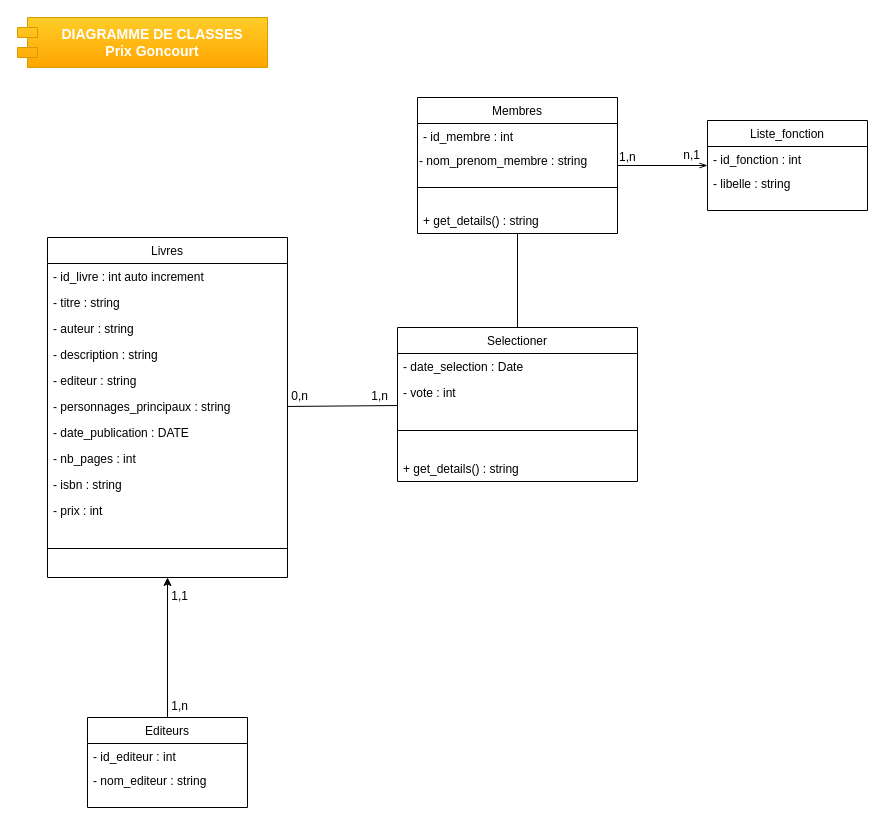
Earlier version of the draw.io diagram doc/Diagramme_classe.drawio (MelissaHOA/Prix_Goncourt). Source tidied: cells renumbered, new cells numbered last; positions are measured from the earlier drawing's top-left corner, leaving out a move shared by most shapes. Both pictures are drawn from the tidied source at 100%, with x=0, y=0 at pixel (17, 17).
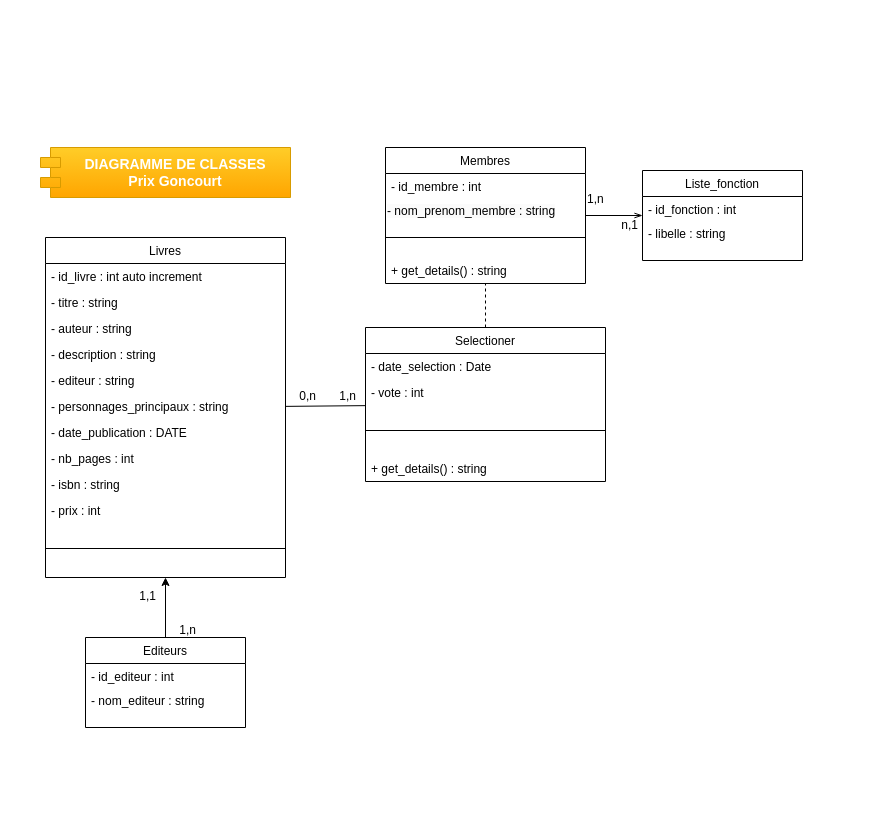
The same diagram, later.

Commit message:
Mettre à jour Diagramme_classe.drawio

The edit, as a diff of the source:
```diff
@@
     <mxCell id="2" value="Livres" style="swimlane;fontStyle=0;align=center;verticalAlign=top;horizontal=1;startSize=26;rounded=0;shadow=0;strokeWidth=1;" parent="1" vertex="1">
-      <mxGeometry x="30" y="220" width="240" height="340" as="geometry" />
+      <mxGeometry x="28" y="220" width="240" height="340" as="geometry" />
     </mxCell>
@@
     <mxCell id="14" value="&lt;div style=&quot;font-size: 14px;&quot;&gt;&lt;span style=&quot;background-color: initial;&quot;&gt;&lt;font&gt;DIAGRAMME DE CLASSES&lt;br&gt;&lt;/font&gt;&lt;/span&gt;Prix Goncourt&lt;/div&gt;" style="shape=module;align=left;spacingLeft=20;align=center;verticalAlign=middle;whiteSpace=wrap;html=1;fillColor=#ffcd28;strokeColor=#d79b00;fontStyle=1;fontSize=14;gradientColor=#ffa500;fontColor=#ffffff;" parent="1" vertex="1">
-      <mxGeometry width="250" height="50" as="geometry" />
+      <mxGeometry x="23" y="130" width="250" height="50" as="geometry" />
     </mxCell>
@@
     <mxCell id="16" value="Membres" style="swimlane;fontStyle=0;align=center;verticalAlign=top;horizontal=1;startSize=26;rounded=0;shadow=0;strokeWidth=1;" parent="1" vertex="1">
-      <mxGeometry x="400" y="80" width="200" height="136" as="geometry" />
+      <mxGeometry x="368" y="130" width="200" height="136" as="geometry" />
     </mxCell>
@@
     <mxCell id="21" value="Selectioner" style="swimlane;fontStyle=0;align=center;verticalAlign=top;horizontal=1;startSize=26;rounded=0;shadow=0;strokeWidth=1;" parent="1" vertex="1">
-      <mxGeometry x="380" y="310" width="240" height="154" as="geometry" />
+      <mxGeometry x="348" y="310" width="240" height="154" as="geometry" />
     </mxCell>
@@
     <mxCell id="26" value="Liste_fonction" style="swimlane;fontStyle=0;align=center;verticalAlign=top;horizontal=1;startSize=26;rounded=0;shadow=0;strokeWidth=1;" parent="1" vertex="1">
-      <mxGeometry x="690" y="103" width="160" height="90" as="geometry" />
+      <mxGeometry x="625" y="153" width="160" height="90" as="geometry" />
     </mxCell>
@@
     <mxCell id="29" value="1,n" style="align=left;verticalAlign=bottom;labelBackgroundColor=none;fontSize=12;" parent="1" vertex="1">
-      <mxGeometry x="600" y="148" as="geometry" />
+      <mxGeometry x="568" y="190" as="geometry" />
     </mxCell>
     <mxCell id="30" value="n,1" style="align=right;verticalAlign=bottom;labelBackgroundColor=none;fontSize=12;" parent="1" vertex="1">
-      <mxGeometry x="670" y="140" as="geometry">
+      <mxGeometry x="608" y="210" as="geometry">
         <mxPoint x="14" y="6" as="offset" />
       </mxGeometry>
     </mxCell>
@@
-    <mxCell id="32" style="endArrow=none;html=1;rounded=0;" parent="1" edge="1" source="21" target="16">
+    <mxCell id="32" style="endArrow=none;html=1;rounded=0;dashed=1;" parent="1" edge="1" source="21" target="16">
       <mxGeometry relative="1" as="geometry" />
     </mxCell>
     <mxCell id="33" value="0,n" style="align=right;verticalAlign=bottom;labelBackgroundColor=none;fontSize=12;" parent="1" vertex="1">
-      <mxGeometry x="570" y="230" as="geometry">
+      <mxGeometry x="578" y="230" as="geometry">
         <mxPoint x="-278" y="157" as="offset" />
       </mxGeometry>
     </mxCell>
@@
     <mxCell id="35" value="Editeurs" style="swimlane;fontStyle=0;align=center;verticalAlign=top;horizontal=1;startSize=26;rounded=0;shadow=0;strokeWidth=1;" parent="1" vertex="1">
-      <mxGeometry x="70" y="700" width="160" height="90" as="geometry" />
+      <mxGeometry x="68" y="620" width="160" height="90" as="geometry" />
     </mxCell>
@@
     <mxCell id="38" value="1,1" style="align=right;verticalAlign=bottom;labelBackgroundColor=none;fontSize=12;" parent="1" vertex="1">
-      <mxGeometry x="450" y="430" as="geometry">
+      <mxGeometry x="418" y="430" as="geometry">
         <mxPoint x="-278" y="157" as="offset" />
       </mxGeometry>
     </mxCell>
     <mxCell id="39" value="1,n" style="align=right;verticalAlign=bottom;labelBackgroundColor=none;fontSize=12;" parent="1" vertex="1">
-      <mxGeometry x="450" y="540" as="geometry">
+      <mxGeometry x="458" y="464" as="geometry">
         <mxPoint x="-278" y="157" as="offset" />
       </mxGeometry>
     </mxCell>
     <mxCell id="40" value="1,n" style="align=right;verticalAlign=bottom;labelBackgroundColor=none;fontSize=12;" parent="1" vertex="1">
-      <mxGeometry x="650" y="230" as="geometry">
+      <mxGeometry x="618" y="230" as="geometry">
         <mxPoint x="-278" y="157" as="offset" />
       </mxGeometry>
     </mxCell>
```
